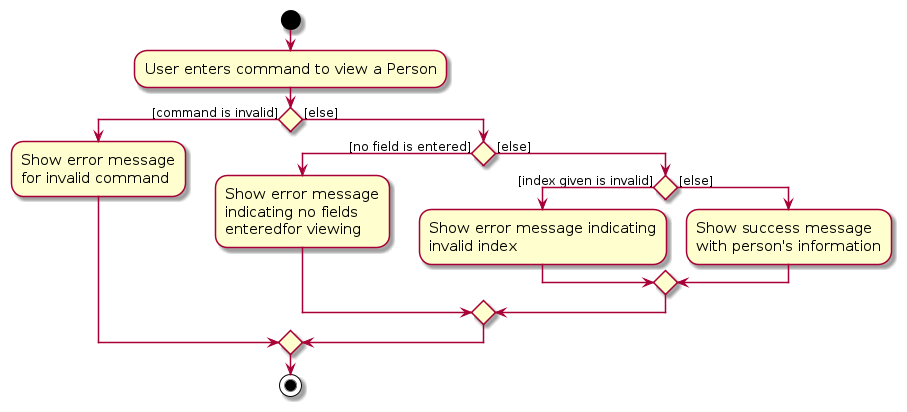
Before: diagrams/ViewCommandActivityDiagram.png, a diagram exported from PlantUML (teojunda/tp). Its source is kept beside it as diagrams/ViewCommandActivityDiagram.puml.
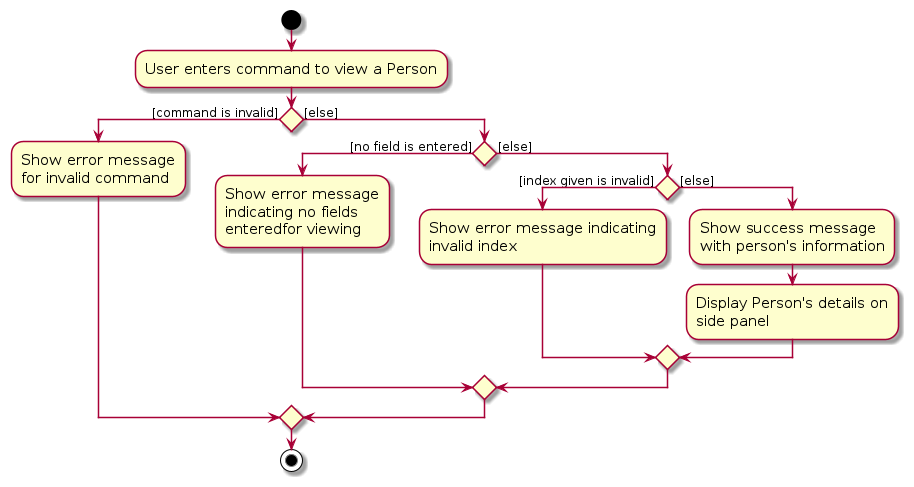
After the commit.

What changed in the source:
```diff
@@ -15,6 +15,7 @@
                     :Show error message indicating\ninvalid index;
                     else ([else])
                         :Show success message\nwith person's information;
+                        :Display Person's details on\nside panel;
                     endif;
                 endif;
             endif;
```
